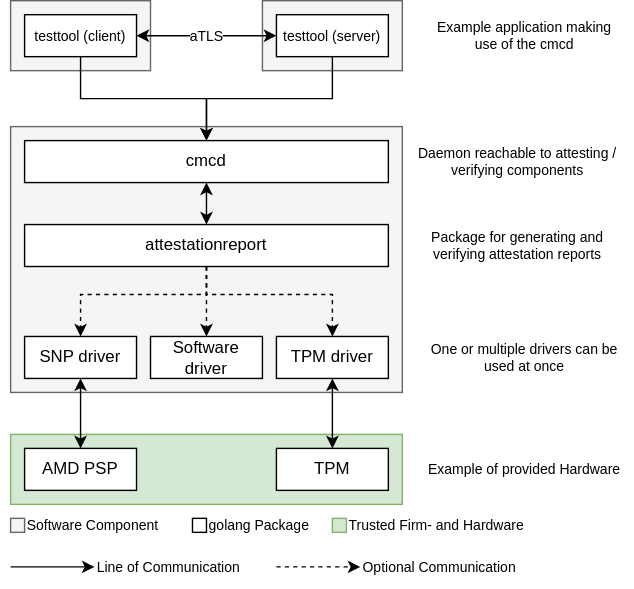
Above: doc/overview.drawio.svg in Fraunhofer-AISEC/cmc (draw.io), before the change. Source tidied: cells renumbered, new cells last; positions are measured from the earlier drawing's top-left corner, leaving out a move shared by most shapes.
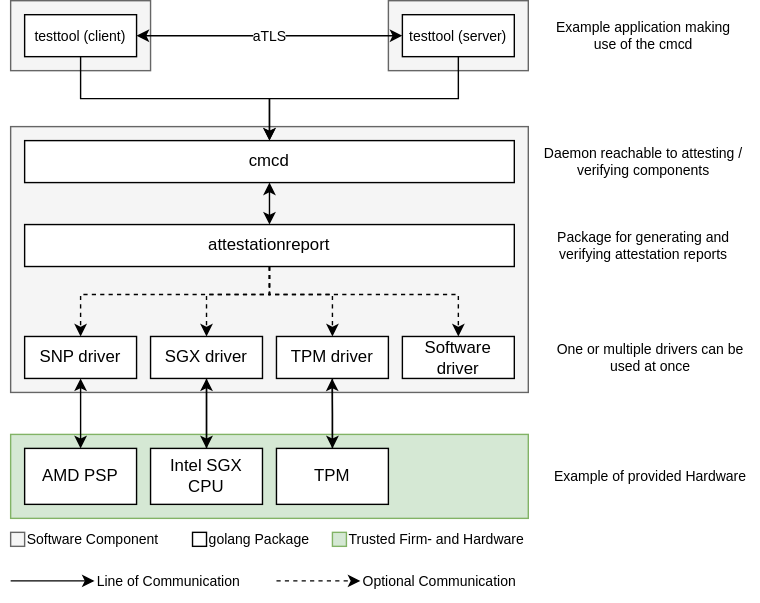
Above is the later version.

Diff of the diagram source:
```diff
@@ -3,25 +3,30 @@
     <mxCell id="0" />
     <mxCell id="1" parent="0" />
     <mxCell id="2" style="rounded=0;whiteSpace=wrap;html=1;fontSize=10;fillColor=#d5e8d4;strokeColor=#82b366;" parent="1" vertex="1">
-      <mxGeometry y="310" width="280" height="50" as="geometry" />
+      <mxGeometry y="310" width="370" height="60" as="geometry" />
     </mxCell>
     <mxCell id="3" style="rounded=0;whiteSpace=wrap;html=1;fontSize=10;fillColor=#f5f5f5;fontColor=#333333;strokeColor=#666666;" parent="1" vertex="1">
       <mxGeometry width="100" height="50" as="geometry" />
     </mxCell>
     <mxCell id="4" style="rounded=0;whiteSpace=wrap;html=1;fontSize=10;fillColor=#f5f5f5;fontColor=#333333;strokeColor=#666666;" parent="1" vertex="1">
-      <mxGeometry x="180" width="100" height="50" as="geometry" />
+      <mxGeometry x="270" width="100" height="50" as="geometry" />
     </mxCell>
     <mxCell id="5" style="rounded=0;whiteSpace=wrap;html=1;fontSize=10;fillColor=#f5f5f5;fontColor=#333333;strokeColor=#666666;" parent="1" vertex="1">
-      <mxGeometry y="90" width="280" height="190" as="geometry" />
+      <mxGeometry y="90" width="370" height="190" as="geometry" />
     </mxCell>
     <mxCell id="6" style="edgeStyle=orthogonalEdgeStyle;rounded=0;jettySize=auto;html=1;exitX=0.5;exitY=1;exitDx=0;exitDy=0;entryX=0.5;entryY=0;entryDx=0;entryDy=0;dashed=1;" parent="1" edge="1" source="24" target="12">
-      <mxGeometry relative="1" as="geometry" />
+      <mxGeometry relative="1" as="geometry">
+        <Array as="points">
+          <mxPoint x="185" y="210" />
+          <mxPoint x="140" y="210" />
+        </Array>
+      </mxGeometry>
     </mxCell>
     <mxCell id="7" style="edgeStyle=orthogonalEdgeStyle;rounded=0;jettySize=auto;html=1;exitX=0.5;exitY=1;exitDx=0;exitDy=0;entryX=0.5;entryY=0;entryDx=0;entryDy=0;dashed=1;" parent="1" edge="1" source="24" target="14">
       <mxGeometry relative="1" as="geometry">
         <Array as="points">
-          <mxPoint x="140" y="210" />
-          <mxPoint x="230" y="210" />
+          <mxPoint x="185" y="210" />
+          <mxPoint x="320" y="210" />
         </Array>
       </mxGeometry>
     </mxCell>
@@ -29,7 +34,7 @@
       <mxGeometry relative="1" as="geometry" />
     </mxCell>
     <mxCell id="9" value="cmcd" style="rounded=0;whiteSpace=wrap;html=1;" parent="1" vertex="1">
-      <mxGeometry x="10" y="100" width="260" height="30" as="geometry" />
+      <mxGeometry x="10" y="100" width="350" height="30" as="geometry" />
     </mxCell>
     <mxCell id="10" style="edgeStyle=orthogonalEdgeStyle;rounded=0;jettySize=auto;html=1;exitX=0.5;exitY=1;exitDx=0;exitDy=0;entryX=0.5;entryY=0;entryDx=0;entryDy=0;labelBackgroundColor=#FFFFFF;fontSize=10;startArrow=classic;startFill=1;" parent="1" edge="1" source="11" target="30">
       <mxGeometry relative="1" as="geometry" />
@@ -37,17 +42,17 @@
     <mxCell id="11" value="SNP driver" style="rounded=0;whiteSpace=wrap;html=1;" parent="1" vertex="1">
       <mxGeometry x="10" y="240" width="80" height="30" as="geometry" />
     </mxCell>
+    <mxCell id="39" style="edgeStyle=orthogonalEdgeStyle;rounded=0;jettySize=auto;html=1;exitX=0.5;exitY=1;exitDx=0;exitDy=0;entryX=0.5;entryY=0;entryDx=0;entryDy=0;" parent="1" edge="1" source="12" target="42">
+      <mxGeometry relative="1" as="geometry" />
+    </mxCell>
-    <mxCell id="12" value="Software driver" style="rounded=0;whiteSpace=wrap;html=1;" parent="1" vertex="1">
+    <mxCell id="12" value="SGX driver" style="rounded=0;whiteSpace=wrap;html=1;" parent="1" vertex="1">
       <mxGeometry x="100" y="240" width="80" height="30" as="geometry" />
     </mxCell>
-    <mxCell id="13" style="edgeStyle=orthogonalEdgeStyle;rounded=0;jettySize=auto;html=1;exitX=0.5;exitY=1;exitDx=0;exitDy=0;entryX=0.5;entryY=0;entryDx=0;entryDy=0;labelBackgroundColor=#FFFFFF;fontSize=10;startArrow=classic;startFill=1;" parent="1" edge="1" source="14" target="29">
-      <mxGeometry relative="1" as="geometry" />
-    </mxCell>
-    <mxCell id="14" value="TPM driver" style="rounded=0;whiteSpace=wrap;html=1;" parent="1" vertex="1">
-      <mxGeometry x="190" y="240" width="80" height="30" as="geometry" />
+    <mxCell id="14" value="Software driver" style="rounded=0;whiteSpace=wrap;html=1;" parent="1" vertex="1">
+      <mxGeometry x="280" y="240" width="80" height="30" as="geometry" />
     </mxCell>
     <mxCell id="15" value="One or multiple drivers can be used at once" style="text;html=1;strokeColor=none;fillColor=none;align=center;verticalAlign=middle;whiteSpace=wrap;rounded=0;fontSize=10;" parent="1" vertex="1">
-      <mxGeometry x="290" y="240" width="155" height="30" as="geometry" />
+      <mxGeometry x="380" y="240" width="155" height="30" as="geometry" />
     </mxCell>
     <mxCell id="16" style="edgeStyle=orthogonalEdgeStyle;rounded=0;jettySize=auto;html=1;exitX=0.5;exitY=1;exitDx=0;exitDy=0;entryX=0.5;entryY=0;entryDx=0;entryDy=0;fontSize=10;" parent="1" edge="1" source="18" target="9">
       <mxGeometry relative="1" as="geometry" />
@@ -59,75 +64,100 @@
       <mxGeometry x="10" y="10" width="80" height="30" as="geometry" />
     </mxCell>
     <mxCell id="19" value="testtool (server)" style="rounded=0;whiteSpace=wrap;html=1;fontSize=10;" parent="1" vertex="1">
-      <mxGeometry x="190" y="10" width="80" height="30" as="geometry" />
+      <mxGeometry x="280" y="10" width="80" height="30" as="geometry" />
     </mxCell>
     <mxCell id="20" style="edgeStyle=orthogonalEdgeStyle;rounded=0;jettySize=auto;html=1;exitX=0.5;exitY=1;exitDx=0;exitDy=0;entryX=0.5;entryY=0;entryDx=0;entryDy=0;fontSize=10;" parent="1" edge="1" source="19" target="9">
       <mxGeometry x="0.54" relative="1" as="geometry" />
     </mxCell>
     <mxCell id="21" value="Daemon reachable to attesting / verifying components" style="text;html=1;strokeColor=none;fillColor=none;align=center;verticalAlign=middle;whiteSpace=wrap;rounded=0;fontSize=10;" parent="1" vertex="1">
-      <mxGeometry x="290" y="100" width="145" height="30" as="geometry" />
+      <mxGeometry x="380" y="100" width="145" height="30" as="geometry" />
     </mxCell>
     <mxCell id="22" value="Example application making use of the cmcd" style="text;html=1;strokeColor=none;fillColor=none;align=center;verticalAlign=middle;whiteSpace=wrap;rounded=0;fontSize=10;" parent="1" vertex="1">
-      <mxGeometry x="295" y="10" width="145" height="30" as="geometry" />
+      <mxGeometry x="380" y="10" width="145" height="30" as="geometry" />
     </mxCell>
     <mxCell id="23" style="edgeStyle=orthogonalEdgeStyle;rounded=0;jettySize=auto;html=1;exitX=0.5;exitY=1;exitDx=0;exitDy=0;fontSize=10;labelBackgroundColor=#F5F5F5;dashed=1;" parent="1" edge="1" source="24" target="11">
       <mxGeometry x="-0.73" relative="1" as="geometry">
         <Array as="points">
-          <mxPoint x="140" y="210" />
+          <mxPoint x="185" y="210" />
           <mxPoint x="50" y="210" />
         </Array>
       </mxGeometry>
     </mxCell>
     <mxCell id="24" value="attestationreport" style="rounded=0;whiteSpace=wrap;html=1;" parent="1" vertex="1">
-      <mxGeometry x="10" y="160" width="260" height="30" as="geometry" />
+      <mxGeometry x="10" y="160" width="350" height="30" as="geometry" />
     </mxCell>
     <mxCell id="25" style="rounded=0;whiteSpace=wrap;html=1;fontSize=10;fillColor=#f5f5f5;fontColor=#333333;strokeColor=#666666;" parent="1" vertex="1">
-      <mxGeometry y="370" width="10" height="10" as="geometry" />
+      <mxGeometry y="380" width="10" height="10" as="geometry" />
     </mxCell>
     <mxCell id="26" value="Software Component" style="text;html=1;strokeColor=none;fillColor=none;align=left;verticalAlign=middle;whiteSpace=wrap;rounded=0;fontSize=10;" parent="1" vertex="1">
-      <mxGeometry x="10" y="360" width="100" height="30" as="geometry" />
+      <mxGeometry x="10" y="370" width="100" height="30" as="geometry" />
     </mxCell>
     <mxCell id="27" style="rounded=0;whiteSpace=wrap;html=1;fontSize=10;" parent="1" vertex="1">
-      <mxGeometry x="130" y="370" width="10" height="10" as="geometry" />
+      <mxGeometry x="130" y="380" width="10" height="10" as="geometry" />
     </mxCell>
     <mxCell id="28" value="golang Package" style="text;html=1;strokeColor=none;fillColor=none;align=left;verticalAlign=middle;whiteSpace=wrap;rounded=0;fontSize=10;" parent="1" vertex="1">
-      <mxGeometry x="140" y="360" width="80" height="30" as="geometry" />
+      <mxGeometry x="140" y="370" width="80" height="30" as="geometry" />
     </mxCell>
+    <mxCell id="40" style="edgeStyle=orthogonalEdgeStyle;rounded=0;jettySize=auto;html=1;exitX=0.5;exitY=0;exitDx=0;exitDy=0;" parent="1" edge="1" source="29">
+      <mxGeometry relative="1" as="geometry">
+        <mxPoint x="229.8" y="270" as="targetPoint" />
+      </mxGeometry>
+    </mxCell>
     <mxCell id="29" value="TPM" style="rounded=0;whiteSpace=wrap;html=1;" parent="1" vertex="1">
-      <mxGeometry x="190" y="320" width="80" height="30" as="geometry" />
+      <mxGeometry x="190" y="320" width="80" height="40" as="geometry" />
     </mxCell>
     <mxCell id="30" value="AMD PSP" style="rounded=0;whiteSpace=wrap;html=1;" parent="1" vertex="1">
-      <mxGeometry x="10" y="320" width="80" height="30" as="geometry" />
+      <mxGeometry x="10" y="320" width="80" height="40" as="geometry" />
     </mxCell>
     <mxCell id="31" style="rounded=0;whiteSpace=wrap;html=1;fontSize=10;fillColor=#d5e8d4;strokeColor=#82b366;" parent="1" vertex="1">
-      <mxGeometry x="230" y="370" width="10" height="10" as="geometry" />
+      <mxGeometry x="230" y="380" width="10" height="10" as="geometry" />
     </mxCell>
     <mxCell id="32" value="Trusted Firm- and Hardware" style="text;html=1;strokeColor=none;fillColor=none;align=left;verticalAlign=middle;whiteSpace=wrap;rounded=0;fontSize=10;" parent="1" vertex="1">
-      <mxGeometry x="240" y="360" width="130" height="30" as="geometry" />
+      <mxGeometry x="240" y="370" width="130" height="30" as="geometry" />
     </mxCell>
     <mxCell id="33" value="Package for generating and verifying attestation reports" style="text;html=1;strokeColor=none;fillColor=none;align=center;verticalAlign=middle;whiteSpace=wrap;rounded=0;fontSize=10;" parent="1" vertex="1">
-      <mxGeometry x="290" y="160" width="145" height="30" as="geometry" />
+      <mxGeometry x="380" y="160" width="145" height="30" as="geometry" />
     </mxCell>
     <mxCell id="34" value="Example of provided Hardware" style="text;html=1;strokeColor=none;fillColor=none;align=center;verticalAlign=middle;whiteSpace=wrap;rounded=0;fontSize=10;" parent="1" vertex="1">
-      <mxGeometry x="290" y="320" width="155" height="30" as="geometry" />
+      <mxGeometry x="380" y="325" width="155" height="30" as="geometry" />
     </mxCell>
     <mxCell id="35" style="endArrow=classic;html=1;rounded=0;dashed=1;" parent="1" edge="1">
       <mxGeometry relative="1" as="geometry">
-        <mxPoint x="190" y="404.7" as="sourcePoint" />
-        <mxPoint x="250" y="404.7" as="targetPoint" />
+        <mxPoint x="190" y="414.7" as="sourcePoint" />
+        <mxPoint x="250" y="414.7" as="targetPoint" />
       </mxGeometry>
     </mxCell>
     <mxCell id="36" value="Optional Communication" style="text;html=1;strokeColor=none;fillColor=none;align=left;verticalAlign=middle;whiteSpace=wrap;rounded=0;fontSize=10;" parent="1" vertex="1">
-      <mxGeometry x="250" y="390" width="120" height="30" as="geometry" />
+      <mxGeometry x="250" y="400" width="120" height="30" as="geometry" />
     </mxCell>
     <mxCell id="37" style="endArrow=classic;html=1;rounded=0;" parent="1" edge="1">
       <mxGeometry relative="1" as="geometry">
-        <mxPoint y="404.7" as="sourcePoint" />
-        <mxPoint x="60" y="404.7" as="targetPoint" />
+        <mxPoint y="414.7" as="sourcePoint" />
+        <mxPoint x="60" y="414.7" as="targetPoint" />
       </mxGeometry>
     </mxCell>
     <mxCell id="38" value="Line of Communication" style="text;html=1;strokeColor=none;fillColor=none;align=left;verticalAlign=middle;whiteSpace=wrap;rounded=0;fontSize=10;" parent="1" vertex="1">
-      <mxGeometry x="60" y="390" width="120" height="30" as="geometry" />
+      <mxGeometry x="60" y="400" width="120" height="30" as="geometry" />
     </mxCell>
+    <mxCell id="41" style="edgeStyle=orthogonalEdgeStyle;rounded=0;jettySize=auto;html=1;exitX=0.5;exitY=0;exitDx=0;exitDy=0;entryX=0.5;entryY=1;entryDx=0;entryDy=0;" parent="1" edge="1" source="42" target="12">
+      <mxGeometry relative="1" as="geometry" />
+    </mxCell>
+    <mxCell id="42" value="Intel SGX CPU" style="rounded=0;whiteSpace=wrap;html=1;" parent="1" vertex="1">
+      <mxGeometry x="100" y="320" width="80" height="40" as="geometry" />
+    </mxCell>
+    <mxCell id="43" style="edgeStyle=orthogonalEdgeStyle;rounded=0;jettySize=auto;html=1;exitX=0.5;exitY=1;exitDx=0;exitDy=0;entryX=0.5;entryY=0;entryDx=0;entryDy=0;" parent="1" edge="1" source="44" target="29">
+      <mxGeometry relative="1" as="geometry" />
+    </mxCell>
+    <mxCell id="44" value="TPM driver" style="rounded=0;whiteSpace=wrap;html=1;" parent="1" vertex="1">
+      <mxGeometry x="190" y="240" width="80" height="30" as="geometry" />
+    </mxCell>
+    <mxCell id="45" style="edgeStyle=orthogonalEdgeStyle;rounded=0;jettySize=auto;html=1;exitX=0.5;exitY=1;exitDx=0;exitDy=0;fontSize=10;labelBackgroundColor=#F5F5F5;dashed=1;entryX=0.5;entryY=0;entryDx=0;entryDy=0;" parent="1" edge="1" source="24" target="44">
+      <mxGeometry x="-0.73" relative="1" as="geometry">
+        <Array as="points">
+          <mxPoint x="185" y="210" />
+          <mxPoint x="230" y="210" />
+        </Array>
+      </mxGeometry>
+    </mxCell>
   </root>
 </mxGraphModel>
```
